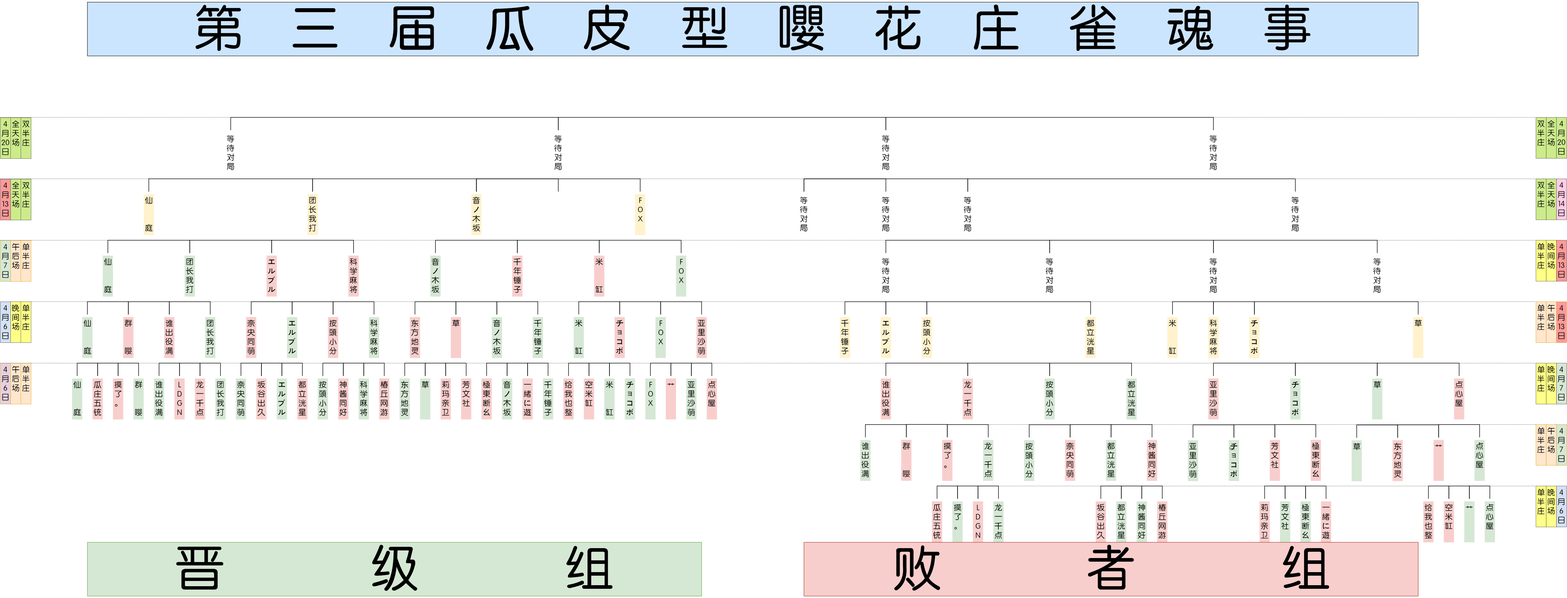
psc2350/pcr.mahjong.pub keeps this draw.io diagram as Tree Diagram.png. Above is the earlier version. Source tidied: cells renumbered, new cells last; positions are measured from the earlier drawing's top-left corner, leaving out a move shared by most shapes.
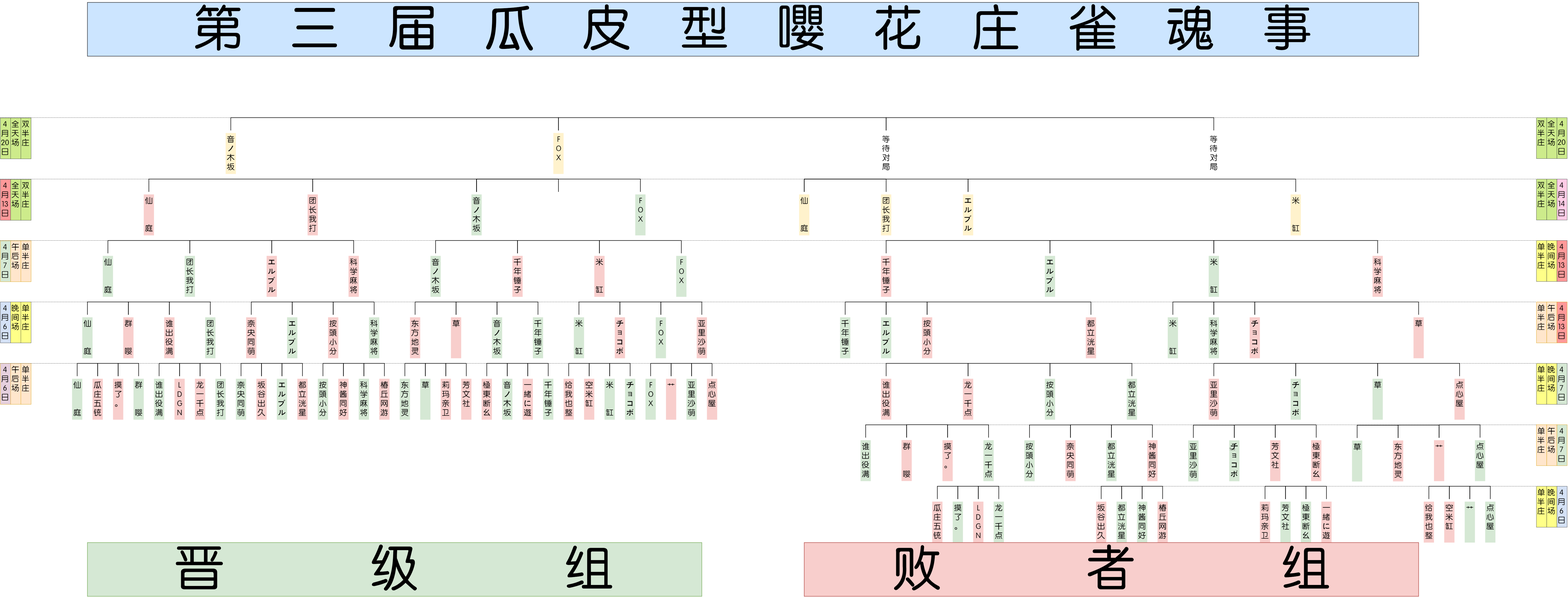
After the commit.

What changed in the source:
```diff
@@ -293,16 +293,16 @@
     <mxCell id="98" style="strokeWidth=2;html=1;shape=mxgraph.flowchart.annotation_1;align=left;direction=south;fontFamily=FZZhunYuan-M02;fontSize=30;" parent="3" vertex="1">
       <mxGeometry x="2060" y="480" width="320" height="50" as="geometry" />
     </mxCell>
-    <mxCell id="99" value="仙&lt;br&gt;&lt;br&gt;&lt;br&gt;庭&lt;br&gt;" style="text;html=1;strokeColor=none;fillColor=#FFF2CC;align=center;verticalAlign=top;whiteSpace=wrap;rounded=0;fontFamily=FZZhunYuan-M02;horizontal=1;fontSize=30;" parent="3" vertex="1">
+    <mxCell id="99" value="仙&lt;br&gt;&lt;br&gt;&lt;br&gt;庭&lt;br&gt;" style="text;html=1;strokeColor=none;fillColor=#F8CECC;align=center;verticalAlign=top;whiteSpace=wrap;rounded=0;fontFamily=FZZhunYuan-M02;horizontal=1;fontSize=30;" parent="3" vertex="1">
       <mxGeometry x="280" y="300" width="40" height="160" as="geometry" />
     </mxCell>
-    <mxCell id="100" value="团长我打&lt;br style=&quot;font-size: 30px&quot;&gt;" style="text;html=1;strokeColor=none;fillColor=#FFF2CC;align=center;verticalAlign=top;whiteSpace=wrap;rounded=0;fontFamily=FZZhunYuan-M02;horizontal=1;fontSize=30;" parent="3" vertex="1">
+    <mxCell id="100" value="团长我打&lt;br style=&quot;font-size: 30px&quot;&gt;" style="text;html=1;strokeColor=none;fillColor=#F8CECC;align=center;verticalAlign=top;whiteSpace=wrap;rounded=0;fontFamily=FZZhunYuan-M02;horizontal=1;fontSize=30;" parent="3" vertex="1">
       <mxGeometry x="920" y="300" width="40" height="160" as="geometry" />
     </mxCell>
-    <mxCell id="101" value="音ノ木坂&lt;br style=&quot;font-size: 30px&quot;&gt;" style="text;html=1;strokeColor=none;fillColor=#FFF2CC;align=center;verticalAlign=top;whiteSpace=wrap;rounded=0;fontFamily=FZZhunYuan-M02;horizontal=1;fontSize=30;" parent="3" vertex="1">
+    <mxCell id="101" value="音ノ木坂&lt;br style=&quot;font-size: 30px&quot;&gt;" style="text;html=1;strokeColor=none;fillColor=#D5E8D4;align=center;verticalAlign=top;whiteSpace=wrap;rounded=0;fontFamily=FZZhunYuan-M02;horizontal=1;fontSize=30;" parent="3" vertex="1">
       <mxGeometry x="1560" y="300" width="40" height="160" as="geometry" />
     </mxCell>
-    <mxCell id="102" value="F&lt;br&gt;O&lt;br&gt;X&lt;br&gt;" style="text;html=1;strokeColor=none;fillColor=#FFF2CC;align=center;verticalAlign=top;whiteSpace=wrap;rounded=0;fontFamily=FZZhunYuan-M02;horizontal=1;fontSize=30;" parent="3" vertex="1">
+    <mxCell id="102" value="F&lt;br&gt;O&lt;br&gt;X&lt;br&gt;" style="text;html=1;strokeColor=none;fillColor=#D5E8D4;align=center;verticalAlign=top;whiteSpace=wrap;rounded=0;fontFamily=FZZhunYuan-M02;horizontal=1;fontSize=30;" parent="3" vertex="1">
       <mxGeometry x="2200" y="300" width="40" height="160" as="geometry" />
     </mxCell>
     <mxCell id="103" style="strokeWidth=2;html=1;shape=mxgraph.flowchart.annotation_1;align=left;direction=south;fontFamily=FZZhunYuan-M02;fontSize=30;" parent="3" vertex="1">
@@ -314,10 +314,10 @@
     <mxCell id="105" style="strokeWidth=2;html=1;shape=mxgraph.flowchart.annotation_1;align=left;direction=south;fontFamily=FZZhunYuan-M02;fontSize=30;" parent="3" vertex="1">
       <mxGeometry x="1580" y="240" width="640" height="50" as="geometry" />
     </mxCell>
-    <mxCell id="106" value="&lt;span style=&quot;font-size: 30px;&quot;&gt;等待对局&lt;/span&gt;&lt;br style=&quot;font-size: 30px;&quot;&gt;" style="text;html=1;strokeColor=none;fillColor=none;align=center;verticalAlign=top;whiteSpace=wrap;rounded=0;fontFamily=FZZhunYuan-M02;horizontal=1;fontSize=30;" parent="3" vertex="1">
+    <mxCell id="106" value="音ノ木坂&lt;br style=&quot;font-size: 30px&quot;&gt;" style="text;html=1;strokeColor=none;fillColor=#FFF2CC;align=center;verticalAlign=top;whiteSpace=wrap;rounded=0;fontFamily=FZZhunYuan-M02;horizontal=1;fontSize=30;" parent="3" vertex="1">
       <mxGeometry x="600" y="60" width="40" height="160" as="geometry" />
     </mxCell>
-    <mxCell id="107" value="&lt;span style=&quot;font-size: 30px;&quot;&gt;等待对局&lt;/span&gt;&lt;br style=&quot;font-size: 30px;&quot;&gt;" style="text;html=1;strokeColor=none;fillColor=none;align=center;verticalAlign=top;whiteSpace=wrap;rounded=0;fontFamily=FZZhunYuan-M02;horizontal=1;fontSize=30;" parent="3" vertex="1">
+    <mxCell id="107" value="F&lt;br&gt;O&lt;br&gt;X&lt;br&gt;" style="text;html=1;strokeColor=none;fillColor=#FFF2CC;align=center;verticalAlign=top;whiteSpace=wrap;rounded=0;fontFamily=FZZhunYuan-M02;horizontal=1;fontSize=30;" parent="3" vertex="1">
       <mxGeometry x="1880" y="60" width="40" height="160" as="geometry" />
     </mxCell>
     <mxCell id="108" value="瓜庄五铳&lt;br style=&quot;font-size: 30px&quot;&gt;" style="text;html=1;strokeColor=none;fillColor=#F8CECC;align=center;verticalAlign=top;whiteSpace=wrap;rounded=0;fontFamily=FZZhunYuan-M02;horizontal=1;fontSize=30;" parent="3" vertex="1">
@@ -482,16 +482,16 @@
     <mxCell id="161" style="strokeWidth=2;html=1;shape=mxgraph.flowchart.annotation_1;align=left;direction=south;fontFamily=FZZhunYuan-M02;fontSize=30;" parent="3" vertex="1">
       <mxGeometry x="5100" y="960" width="320" height="50" as="geometry" />
     </mxCell>
-    <mxCell id="162" value="按頭小分" style="text;html=1;strokeColor=none;fillColor=#FFF2CC;align=center;verticalAlign=top;whiteSpace=wrap;rounded=0;fontFamily=FZZhunYuan-M02;horizontal=1;fontSize=30;" parent="3" vertex="1">
+    <mxCell id="162" value="按頭小分" style="text;html=1;strokeColor=none;fillColor=#F8CECC;align=center;verticalAlign=top;whiteSpace=wrap;rounded=0;fontFamily=FZZhunYuan-M02;horizontal=1;fontSize=30;" parent="3" vertex="1">
       <mxGeometry x="3320" y="780" width="40" height="160" as="geometry" />
     </mxCell>
-    <mxCell id="163" value="都立洸星&lt;br&gt;" style="text;html=1;strokeColor=none;fillColor=#FFF2CC;align=center;verticalAlign=top;whiteSpace=wrap;rounded=0;fontFamily=FZZhunYuan-M02;horizontal=1;fontSize=30;" parent="3" vertex="1">
+    <mxCell id="163" value="都立洸星&lt;br&gt;" style="text;html=1;strokeColor=none;fillColor=#F8CECC;align=center;verticalAlign=top;whiteSpace=wrap;rounded=0;fontFamily=FZZhunYuan-M02;horizontal=1;fontSize=30;" parent="3" vertex="1">
       <mxGeometry x="3960" y="780" width="40" height="160" as="geometry" />
     </mxCell>
-    <mxCell id="164" value="チョコボ&lt;br&gt;" style="text;html=1;strokeColor=none;fillColor=#FFF2CC;align=center;verticalAlign=top;whiteSpace=wrap;rounded=0;fontFamily=FZZhunYuan-M02;horizontal=1;fontSize=30;" parent="3" vertex="1">
+    <mxCell id="164" value="チョコボ&lt;br&gt;" style="text;html=1;strokeColor=none;fillColor=#F8CECC;align=center;verticalAlign=top;whiteSpace=wrap;rounded=0;fontFamily=FZZhunYuan-M02;horizontal=1;fontSize=30;" parent="3" vertex="1">
       <mxGeometry x="4600" y="780" width="40" height="160" as="geometry" />
     </mxCell>
-    <mxCell id="165" value="草&lt;br&gt;" style="text;html=1;strokeColor=none;fillColor=#FFF2CC;align=center;verticalAlign=top;whiteSpace=wrap;rounded=0;fontFamily=FZZhunYuan-M02;horizontal=1;fontSize=30;" parent="3" vertex="1">
+    <mxCell id="165" value="草&lt;br&gt;" style="text;html=1;strokeColor=none;fillColor=#F8CECC;align=center;verticalAlign=top;whiteSpace=wrap;rounded=0;fontFamily=FZZhunYuan-M02;horizontal=1;fontSize=30;" parent="3" vertex="1">
       <mxGeometry x="5240" y="780" width="40" height="160" as="geometry" />
     </mxCell>
     <mxCell id="166" style="strokeWidth=2;html=1;shape=mxgraph.flowchart.annotation_1;align=left;direction=south;fontFamily=FZZhunYuan-M02;fontSize=30;" parent="3" vertex="1">
@@ -500,10 +500,10 @@
     <mxCell id="167" style="strokeWidth=2;html=1;shape=mxgraph.flowchart.annotation_1;align=left;direction=south;fontFamily=FZZhunYuan-M02;fontSize=30;" parent="3" vertex="1">
       <mxGeometry x="4620" y="720" width="640" height="50" as="geometry" />
     </mxCell>
-    <mxCell id="168" value="千年锤子&lt;br&gt;" style="text;html=1;strokeColor=none;fillColor=#FFF2CC;align=center;verticalAlign=top;whiteSpace=wrap;rounded=0;fontFamily=FZZhunYuan-M02;horizontal=1;fontSize=30;" parent="3" vertex="1">
+    <mxCell id="168" value="千年锤子&lt;br&gt;" style="text;html=1;strokeColor=none;fillColor=#D5E8D4;align=center;verticalAlign=top;whiteSpace=wrap;rounded=0;fontFamily=FZZhunYuan-M02;horizontal=1;fontSize=30;" parent="3" vertex="1">
       <mxGeometry x="3000" y="780" width="40" height="160" as="geometry" />
     </mxCell>
-    <mxCell id="169" value="エルブル&lt;br&gt;" style="text;html=1;strokeColor=none;fillColor=#FFF2CC;align=center;verticalAlign=top;whiteSpace=wrap;rounded=0;fontFamily=FZZhunYuan-M02;horizontal=1;fontSize=30;" parent="3" vertex="1">
+    <mxCell id="169" value="エルブル&lt;br&gt;" style="text;html=1;strokeColor=none;fillColor=#D5E8D4;align=center;verticalAlign=top;whiteSpace=wrap;rounded=0;fontFamily=FZZhunYuan-M02;horizontal=1;fontSize=30;" parent="3" vertex="1">
       <mxGeometry x="3160" y="780" width="40" height="160" as="geometry" />
     </mxCell>
     <mxCell id="170" style="strokeWidth=2;html=1;shape=mxgraph.flowchart.annotation_1;align=left;direction=south;fontFamily=FZZhunYuan-M02;fontSize=30;" parent="3" vertex="1">
@@ -512,10 +512,10 @@
     <mxCell id="171" style="strokeWidth=2;html=1;shape=mxgraph.flowchart.annotation_1;align=left;direction=south;fontFamily=FZZhunYuan-M02;fontSize=30;" parent="3" vertex="1">
       <mxGeometry x="3180" y="720" width="160" height="50" as="geometry" />
     </mxCell>
-    <mxCell id="172" value="米&lt;br&gt;&lt;br&gt;&lt;br&gt;缸&lt;br&gt;" style="text;html=1;strokeColor=none;fillColor=#FFF2CC;align=center;verticalAlign=top;whiteSpace=wrap;rounded=0;fontFamily=FZZhunYuan-M02;horizontal=1;fontSize=30;" parent="3" vertex="1">
+    <mxCell id="172" value="米&lt;br&gt;&lt;br&gt;&lt;br&gt;缸&lt;br&gt;" style="text;html=1;strokeColor=none;fillColor=#D5E8D4;align=center;verticalAlign=top;whiteSpace=wrap;rounded=0;fontFamily=FZZhunYuan-M02;horizontal=1;fontSize=30;" parent="3" vertex="1">
       <mxGeometry x="4280" y="780" width="40" height="160" as="geometry" />
     </mxCell>
-    <mxCell id="173" value="科学麻将&lt;br&gt;" style="text;html=1;strokeColor=none;fillColor=#FFF2CC;align=center;verticalAlign=top;whiteSpace=wrap;rounded=0;fontFamily=FZZhunYuan-M02;horizontal=1;fontSize=30;" parent="3" vertex="1">
+    <mxCell id="173" value="科学麻将&lt;br&gt;" style="text;html=1;strokeColor=none;fillColor=#D5E8D4;align=center;verticalAlign=top;whiteSpace=wrap;rounded=0;fontFamily=FZZhunYuan-M02;horizontal=1;fontSize=30;" parent="3" vertex="1">
       <mxGeometry x="4440" y="780" width="40" height="160" as="geometry" />
     </mxCell>
     <mxCell id="174" style="strokeWidth=2;html=1;shape=mxgraph.flowchart.annotation_1;align=left;direction=south;fontFamily=FZZhunYuan-M02;fontSize=30;" parent="3" vertex="1">
@@ -524,40 +524,40 @@
     <mxCell id="175" style="strokeWidth=2;html=1;shape=mxgraph.flowchart.annotation_1;align=left;direction=south;fontFamily=FZZhunYuan-M02;fontSize=30;" parent="3" vertex="1">
       <mxGeometry x="4460" y="720" width="160" height="50" as="geometry" />
     </mxCell>
-    <mxCell id="176" style="strokeWidth=2;html=1;shape=mxgraph.flowchart.annotation_1;align=left;direction=south;fontFamily=FZZhunYuan-M02;fontSize=30;" parent="3" vertex="1">
+    <mxCell id="176" style="strokeWidth=2;html=1;shape=mxgraph.flowchart.annotation_1;align=left;direction=south;fontFamily=FZZhunYuan-M02;fontSize=30;fillColor=#FFF2CC;" parent="3" vertex="1">
       <mxGeometry x="620" width="1280" height="50" as="geometry" />
     </mxCell>
-    <mxCell id="177" value="等待对局&lt;br&gt;" style="text;html=1;strokeColor=none;fillColor=none;align=center;verticalAlign=top;whiteSpace=wrap;rounded=0;fontFamily=FZZhunYuan-M02;horizontal=1;fontSize=30;" parent="3" vertex="1">
+    <mxCell id="177" value="千年锤子&lt;br&gt;" style="text;html=1;strokeColor=none;fillColor=#F8CECC;align=center;verticalAlign=top;whiteSpace=wrap;rounded=0;fontFamily=FZZhunYuan-M02;horizontal=1;fontSize=30;" parent="3" vertex="1">
       <mxGeometry x="3160" y="540" width="40" height="160" as="geometry" />
     </mxCell>
-    <mxCell id="178" value="等待对局&lt;br&gt;" style="text;html=1;strokeColor=none;fillColor=none;align=center;verticalAlign=top;whiteSpace=wrap;rounded=0;fontFamily=FZZhunYuan-M02;horizontal=1;fontSize=30;" parent="3" vertex="1">
+    <mxCell id="178" value="エルブル&lt;br&gt;" style="text;html=1;strokeColor=none;fillColor=#D5E8D4;align=center;verticalAlign=top;whiteSpace=wrap;rounded=0;fontFamily=FZZhunYuan-M02;horizontal=1;fontSize=30;" parent="3" vertex="1">
       <mxGeometry x="3800" y="540" width="40" height="160" as="geometry" />
     </mxCell>
-    <mxCell id="179" value="等待对局&lt;br&gt;" style="text;html=1;strokeColor=none;fillColor=none;align=center;verticalAlign=top;whiteSpace=wrap;rounded=0;fontFamily=FZZhunYuan-M02;horizontal=1;fontSize=30;" parent="3" vertex="1">
+    <mxCell id="179" value="米&lt;br&gt;&lt;br&gt;&lt;br&gt;缸&lt;br&gt;" style="text;html=1;strokeColor=none;fillColor=#D5E8D4;align=center;verticalAlign=top;whiteSpace=wrap;rounded=0;fontFamily=FZZhunYuan-M02;horizontal=1;fontSize=30;" parent="3" vertex="1">
       <mxGeometry x="4440" y="540" width="40" height="160" as="geometry" />
     </mxCell>
-    <mxCell id="180" value="等待对局&lt;br&gt;" style="text;html=1;strokeColor=none;fillColor=none;align=center;verticalAlign=top;whiteSpace=wrap;rounded=0;fontFamily=FZZhunYuan-M02;horizontal=1;fontSize=30;" parent="3" vertex="1">
+    <mxCell id="180" value="科学麻将&lt;br&gt;" style="text;html=1;strokeColor=none;fillColor=#F8CECC;align=center;verticalAlign=top;whiteSpace=wrap;rounded=0;fontFamily=FZZhunYuan-M02;horizontal=1;fontSize=30;" parent="3" vertex="1">
       <mxGeometry x="5080" y="540" width="40" height="160" as="geometry" />
     </mxCell>
     <mxCell id="181" style="strokeWidth=2;html=1;shape=mxgraph.flowchart.annotation_1;align=left;direction=south;fontFamily=FZZhunYuan-M02;fontSize=30;" parent="3" vertex="1">
       <mxGeometry x="3180" y="480" width="640" height="50" as="geometry" />
     </mxCell>
-    <mxCell id="182" style="strokeWidth=2;html=1;shape=mxgraph.flowchart.annotation_1;align=left;direction=south;fontFamily=FZZhunYuan-M02;fontSize=30;" parent="3" vertex="1">
+    <mxCell id="182" style="strokeWidth=2;html=1;shape=mxgraph.flowchart.annotation_1;align=left;direction=south;fontFamily=FZZhunYuan-M02;fontSize=30;fillColor=#D5E8D4;" parent="3" vertex="1">
       <mxGeometry x="3820" y="480" width="640" height="50" as="geometry" />
     </mxCell>
     <mxCell id="183" style="strokeWidth=2;html=1;shape=mxgraph.flowchart.annotation_1;align=left;direction=south;fontFamily=FZZhunYuan-M02;fontSize=30;" parent="3" vertex="1">
       <mxGeometry x="4460" y="480" width="640" height="50" as="geometry" />
     </mxCell>
-    <mxCell id="184" value="等待对局&lt;br&gt;" style="text;html=1;strokeColor=none;fillColor=none;align=center;verticalAlign=top;whiteSpace=wrap;rounded=0;fontFamily=FZZhunYuan-M02;horizontal=1;fontSize=30;" parent="3" vertex="1">
+    <mxCell id="184" value="エルブル&lt;br&gt;" style="text;html=1;strokeColor=none;fillColor=#FFF2CC;align=center;verticalAlign=top;whiteSpace=wrap;rounded=0;fontFamily=FZZhunYuan-M02;horizontal=1;fontSize=30;" parent="3" vertex="1">
       <mxGeometry x="3480" y="300" width="40" height="160" as="geometry" />
     </mxCell>
-    <mxCell id="185" value="等待对局&lt;br&gt;" style="text;html=1;strokeColor=none;fillColor=none;align=center;verticalAlign=top;whiteSpace=wrap;rounded=0;fontFamily=FZZhunYuan-M02;horizontal=1;fontSize=30;" parent="3" vertex="1">
+    <mxCell id="185" value="米&lt;br&gt;&lt;br&gt;&lt;br&gt;缸&lt;br&gt;" style="text;html=1;strokeColor=none;fillColor=#FFF2CC;align=center;verticalAlign=top;whiteSpace=wrap;rounded=0;fontFamily=FZZhunYuan-M02;horizontal=1;fontSize=30;" parent="3" vertex="1">
       <mxGeometry x="4760" y="300" width="40" height="160" as="geometry" />
     </mxCell>
     <mxCell id="186" style="strokeWidth=2;html=1;shape=mxgraph.flowchart.annotation_1;align=left;direction=south;fontFamily=FZZhunYuan-M02;fontSize=30;" parent="3" vertex="1">
       <mxGeometry x="3500" y="240" width="1280" height="50" as="geometry" />
     </mxCell>
-    <mxCell id="187" value="等待对局&lt;br&gt;" style="text;html=1;strokeColor=none;fillColor=none;align=center;verticalAlign=top;whiteSpace=wrap;rounded=0;fontFamily=FZZhunYuan-M02;horizontal=1;fontSize=30;" parent="3" vertex="1">
+    <mxCell id="187" value="仙&lt;br&gt;&lt;br&gt;&lt;br&gt;庭&lt;br&gt;" style="text;html=1;strokeColor=none;fillColor=#FFF2CC;align=center;verticalAlign=top;whiteSpace=wrap;rounded=0;fontFamily=FZZhunYuan-M02;horizontal=1;fontSize=30;" parent="3" vertex="1">
       <mxGeometry x="2840" y="300" width="40" height="160" as="geometry" />
     </mxCell>
     <mxCell id="188" style="strokeWidth=2;html=1;shape=mxgraph.flowchart.annotation_1;align=left;direction=south;fontFamily=FZZhunYuan-M02;fontSize=30;" parent="3" vertex="1">
@@ -566,7 +566,7 @@
     <mxCell id="189" style="strokeWidth=2;html=1;shape=mxgraph.flowchart.annotation_1;align=left;direction=south;fontFamily=FZZhunYuan-M02;fontSize=30;" parent="3" vertex="1">
       <mxGeometry x="2860" y="240" width="320" height="50" as="geometry" />
     </mxCell>
-    <mxCell id="190" value="等待对局&lt;br&gt;" style="text;html=1;strokeColor=none;fillColor=none;align=center;verticalAlign=top;whiteSpace=wrap;rounded=0;fontFamily=FZZhunYuan-M02;horizontal=1;fontSize=30;" parent="3" vertex="1">
+    <mxCell id="190" value="团长我打&lt;br&gt;" style="text;html=1;strokeColor=none;fillColor=#FFF2CC;align=center;verticalAlign=top;whiteSpace=wrap;rounded=0;fontFamily=FZZhunYuan-M02;horizontal=1;fontSize=30;" parent="3" vertex="1">
       <mxGeometry x="3160" y="300" width="40" height="160" as="geometry" />
     </mxCell>
     <mxCell id="191" style="strokeWidth=2;html=1;shape=mxgraph.flowchart.annotation_1;align=left;direction=south;fontFamily=FZZhunYuan-M02;fontSize=30;" parent="3" vertex="1">
```
